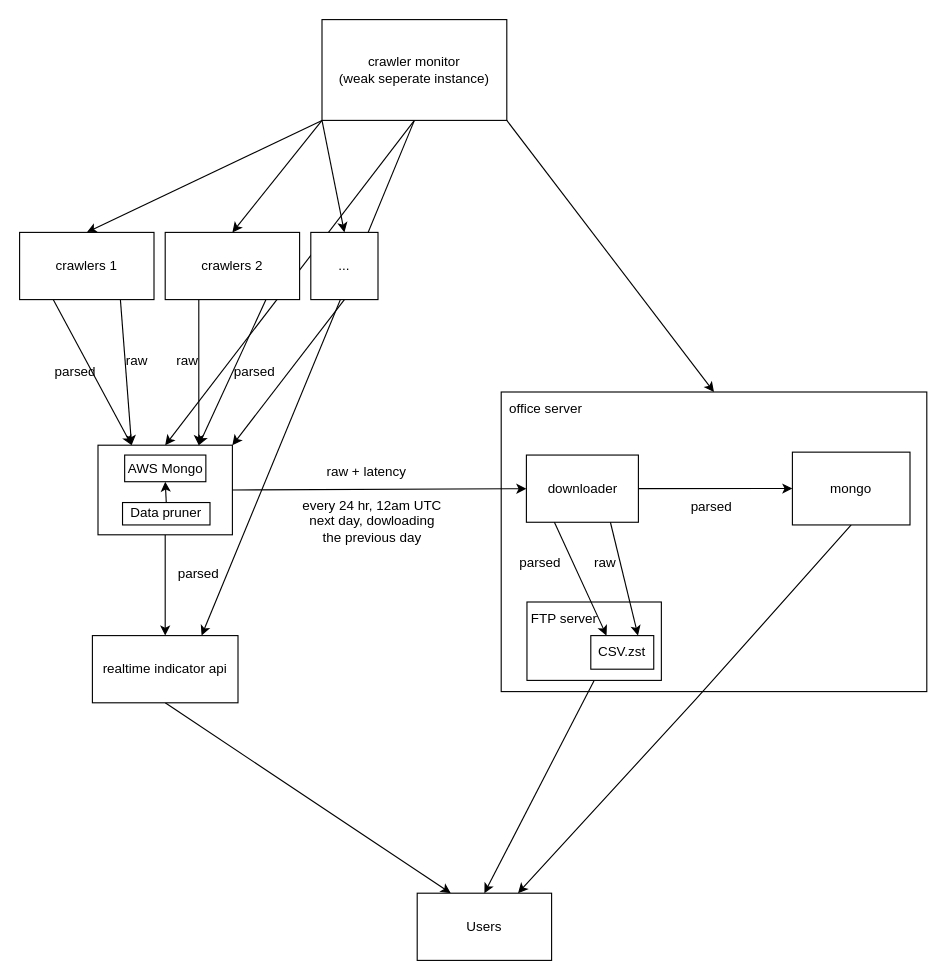
Before: data_collection/overview2.dio in beckerinj/dio, a draw.io diagram. Source tidied: cells renumbered, new cells numbered last; positions are measured from the earlier drawing's top-left corner, leaving out a move shared by most shapes. Both pictures are drawn from the tidied source at 112%, with x=0, y=0 at pixel (19, 19).
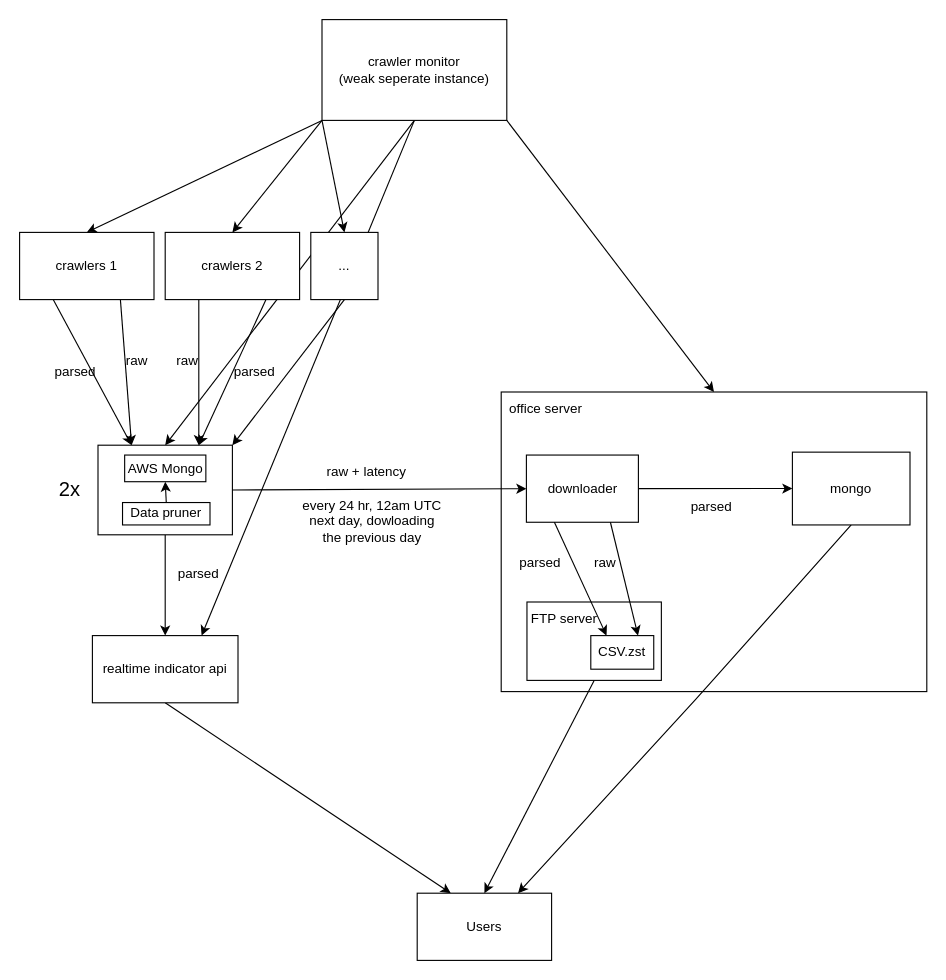
The same diagram, later.

Change to the diagram source:
```diff
@@
+    <mxCell id="48" value="&lt;font style=&quot;font-size: 18px&quot;&gt;2x&lt;/font&gt;" style="text;html=1;strokeColor=none;fillColor=none;align=center;verticalAlign=middle;whiteSpace=wrap;rounded=0;" parent="1" vertex="1">
+      <mxGeometry x="15" y="405" width="60" height="30" as="geometry" />
+    </mxCell>
```
